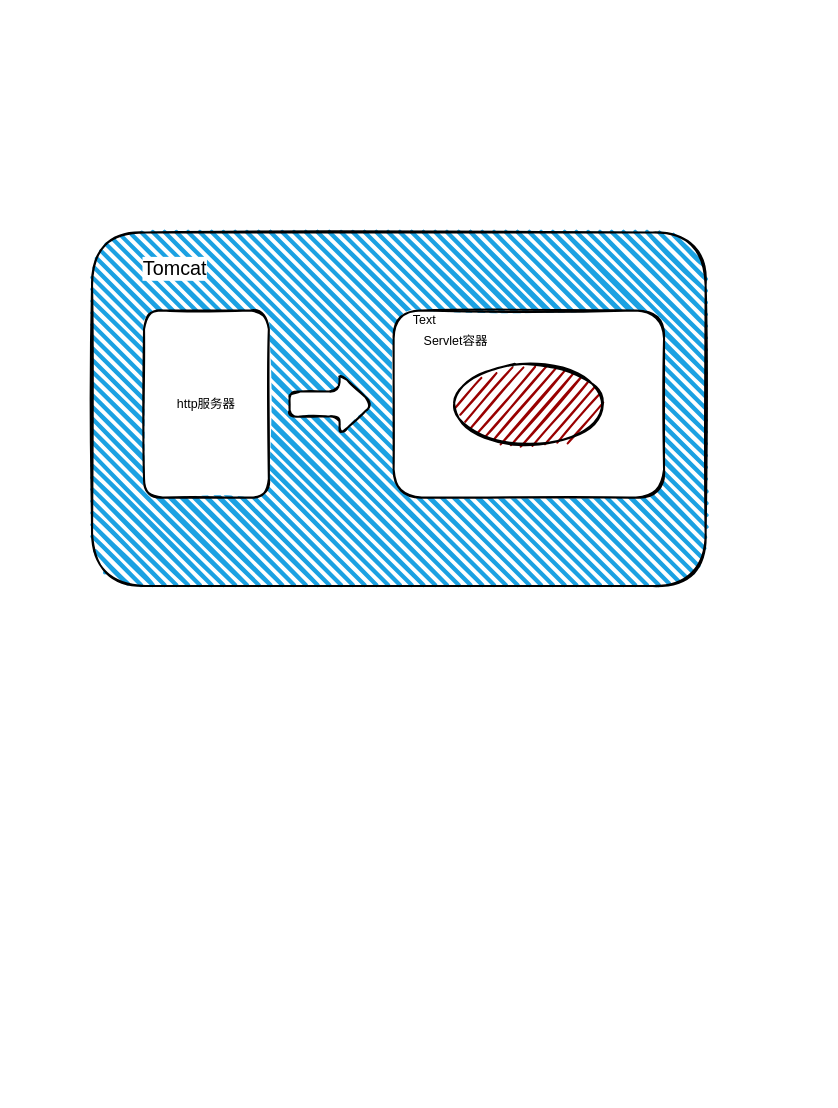
Earlier version of the draw.io diagram tomcat体系结构.drawio (lzq127001/hello-world). Source tidied: cells renumbered, new cells numbered last; positions are measured from the earlier drawing's top-left corner, leaving out a move shared by most shapes. Both pictures are drawn from the tidied source at 104%, with x=0, y=0 at pixel (92, 232).
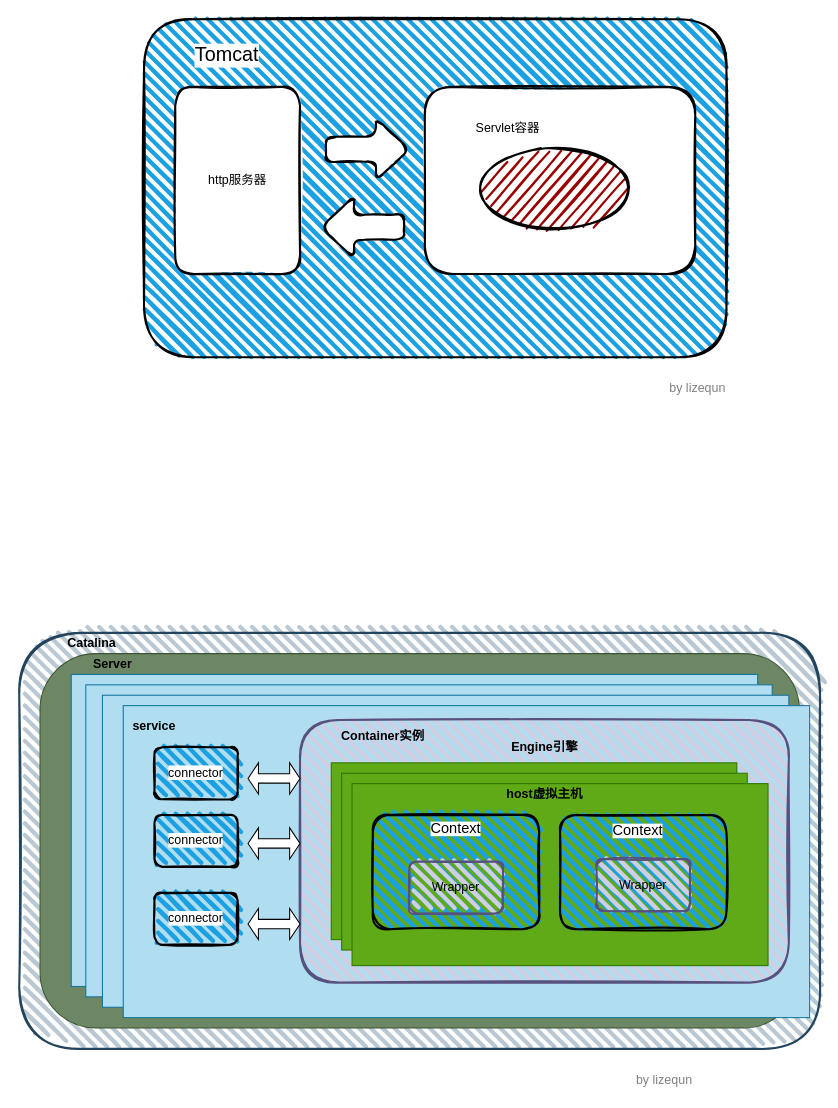
The same diagram, later.

Change to the diagram source:
```diff
@@
     <mxCell id="2" style="rounded=1;whiteSpace=wrap;html=1;strokeWidth=2;fillWeight=4;hachureGap=8;hachureAngle=45;fillColor=#1ba1e2;sketch=1;" parent="1" vertex="1">
-      <mxGeometry width="590" height="340" as="geometry" />
+      <mxGeometry x="50" y="-205" width="560" height="325" as="geometry" />
     </mxCell>
     <mxCell id="3" value="http服务器" style="rounded=1;whiteSpace=wrap;html=1;strokeWidth=2;fillWeight=4;hachureGap=8;hachureAngle=45;sketch=1;" parent="1" vertex="1">
-      <mxGeometry x="50" y="75" width="120" height="180" as="geometry" />
+      <mxGeometry x="80" y="-140" width="120" height="180" as="geometry" />
     </mxCell>
     <mxCell id="4" style="rounded=1;whiteSpace=wrap;html=1;strokeWidth=2;fillWeight=4;hachureGap=8;hachureAngle=45;sketch=1;align=left;" parent="1" vertex="1">
-      <mxGeometry x="290" y="75" width="260" height="180" as="geometry" />
+      <mxGeometry x="320" y="-140" width="260" height="180" as="geometry" />
     </mxCell>
     <mxCell id="5" style="ellipse;whiteSpace=wrap;html=1;strokeWidth=2;fillWeight=2;hachureGap=8;fillColor=#990000;fillStyle=dots;sketch=1;" parent="1" vertex="1">
-      <mxGeometry x="345" y="125" width="150" height="80" as="geometry" />
+      <mxGeometry x="370" y="-82.5" width="150" height="80" as="geometry" />
     </mxCell>
     <mxCell id="6" value="Servlet容器" style="text;html=1;strokeColor=none;fillColor=none;align=center;verticalAlign=middle;whiteSpace=wrap;rounded=0;" parent="1" vertex="1">
-      <mxGeometry x="300" y="95" width="100" height="20" as="geometry" />
+      <mxGeometry x="350" y="-110" width="100" height="20" as="geometry" />
     </mxCell>
     <mxCell id="7" style="shape=singleArrow;whiteSpace=wrap;html=1;arrowWidth=0.4;arrowSize=0.4;rounded=1;strokeWidth=2;sketch=1;fillWeight=4;hachureGap=8;hachureAngle=45;" parent="1" vertex="1">
-      <mxGeometry x="190" y="135" width="80" height="60" as="geometry" />
+      <mxGeometry x="225" y="-110" width="80" height="60" as="geometry" />
     </mxCell>
-    <mxCell id="8" value="Text" style="text;html=1;strokeColor=none;fillColor=none;align=center;verticalAlign=middle;whiteSpace=wrap;rounded=0;" parent="1" vertex="1">
-      <mxGeometry x="300" y="75" width="40" height="20" as="geometry" />
-    </mxCell>
     <mxCell id="9" value="&lt;font style=&quot;font-size: 19px&quot;&gt;Tomcat&lt;/font&gt;" style="text;html=1;strokeColor=none;fillColor=none;align=center;verticalAlign=middle;whiteSpace=wrap;rounded=0;labelBackgroundColor=#ffffff;labelBorderColor=none;" parent="1" vertex="1">
-      <mxGeometry x="60" y="25" width="40" height="20" as="geometry" />
+      <mxGeometry x="110" y="-180" width="40" height="20" as="geometry" />
     </mxCell>
+    <mxCell id="10" value="by lizequn" style="text;html=1;strokeColor=none;fillColor=none;align=center;verticalAlign=middle;whiteSpace=wrap;rounded=0;labelBackgroundColor=#ffffff;fontColor=#808080;" parent="1" vertex="1">
+      <mxGeometry x="545" y="140" width="75" height="20" as="geometry" />
+    </mxCell>
+    <mxCell id="11" style="rounded=1;whiteSpace=wrap;html=1;strokeWidth=2;fillWeight=4;hachureGap=8;hachureAngle=45;sketch=1;labelBackgroundColor=#ffffff;align=left;fillColor=#bac8d3;strokeColor=#23445d;" parent="1" vertex="1">
+      <mxGeometry x="-70" y="385" width="770" height="400" as="geometry" />
+    </mxCell>
+    <mxCell id="12" value="Catalina" style="text;html=1;strokeColor=none;fillColor=none;align=center;verticalAlign=middle;whiteSpace=wrap;rounded=0;labelBackgroundColor=none;labelBorderColor=none;fontStyle=1;" parent="1" vertex="1">
+      <mxGeometry x="-20" y="385" width="40" height="20" as="geometry" />
+    </mxCell>
+    <mxCell id="13" style="rounded=1;whiteSpace=wrap;html=1;labelBackgroundColor=none;fontColor=#ffffff;align=left;fillColor=#6d8764;strokeColor=#3A5431;" parent="1" vertex="1">
+      <mxGeometry x="-50" y="405" width="730" height="360" as="geometry" />
+    </mxCell>
+    <mxCell id="14" value="Server" style="text;html=1;strokeColor=none;fillColor=none;align=center;verticalAlign=middle;whiteSpace=wrap;rounded=0;labelBackgroundColor=none;fontColor=#000000;fontStyle=1;" parent="1" vertex="1">
+      <mxGeometry y="405" width="40" height="20" as="geometry" />
+    </mxCell>
+    <mxCell id="15" style="rounded=0;whiteSpace=wrap;html=1;labelBackgroundColor=none;align=left;fillColor=#b1ddf0;strokeColor=#10739e;" parent="1" vertex="1">
+      <mxGeometry x="-20" y="425" width="660" height="300" as="geometry" />
+    </mxCell>
+    <mxCell id="16" style="rounded=0;whiteSpace=wrap;html=1;labelBackgroundColor=none;align=left;fillColor=#b1ddf0;strokeColor=#10739e;" parent="1" vertex="1">
+      <mxGeometry x="-6" y="435" width="660" height="300" as="geometry" />
+    </mxCell>
+    <mxCell id="17" style="rounded=0;whiteSpace=wrap;html=1;labelBackgroundColor=none;align=left;fillColor=#b1ddf0;strokeColor=#10739e;" parent="1" vertex="1">
+      <mxGeometry x="10" y="445" width="660" height="300" as="geometry" />
+    </mxCell>
+    <mxCell id="18" style="rounded=0;whiteSpace=wrap;html=1;labelBackgroundColor=none;align=left;fillColor=#b1ddf0;strokeColor=#10739e;" parent="1" vertex="1">
+      <mxGeometry x="30" y="455" width="660" height="300" as="geometry" />
+    </mxCell>
+    <mxCell id="19" value="&lt;b&gt;service&lt;/b&gt;" style="text;html=1;strokeColor=none;fillColor=none;align=center;verticalAlign=middle;whiteSpace=wrap;rounded=0;labelBackgroundColor=none;fontColor=#000000;" parent="1" vertex="1">
+      <mxGeometry x="40" y="465" width="40" height="20" as="geometry" />
+    </mxCell>
+    <mxCell id="20" value="&lt;span style=&quot;background-color: rgb(255 , 255 , 255)&quot;&gt;connector&lt;/span&gt;" style="rounded=1;whiteSpace=wrap;html=1;strokeWidth=2;fillWeight=4;hachureGap=8;hachureAngle=45;fillColor=#1ba1e2;sketch=1;labelBackgroundColor=none;fontColor=#000000;align=center;" parent="1" vertex="1">
+      <mxGeometry x="60" y="495" width="80" height="50" as="geometry" />
+    </mxCell>
+    <mxCell id="21" value="&lt;span style=&quot;background-color: rgb(255 , 255 , 255)&quot;&gt;connector&lt;/span&gt;" style="rounded=1;whiteSpace=wrap;html=1;strokeWidth=2;fillWeight=4;hachureGap=8;hachureAngle=45;fillColor=#1ba1e2;sketch=1;labelBackgroundColor=none;fontColor=#000000;align=center;" parent="1" vertex="1">
+      <mxGeometry x="60" y="560" width="80" height="50" as="geometry" />
+    </mxCell>
+    <mxCell id="22" value="&lt;span style=&quot;background-color: rgb(255 , 255 , 255)&quot;&gt;connector&lt;/span&gt;" style="rounded=1;whiteSpace=wrap;html=1;strokeWidth=2;fillWeight=4;hachureGap=8;hachureAngle=45;fillColor=#1ba1e2;sketch=1;labelBackgroundColor=none;fontColor=#000000;align=center;" parent="1" vertex="1">
+      <mxGeometry x="60" y="635" width="80" height="50" as="geometry" />
+    </mxCell>
+    <mxCell id="23" style="rounded=1;whiteSpace=wrap;html=1;strokeWidth=2;fillWeight=4;hachureGap=8;hachureAngle=45;fillColor=#d0cee2;sketch=1;labelBackgroundColor=none;align=left;strokeColor=#56517e;" parent="1" vertex="1">
+      <mxGeometry x="200" y="468.8" width="470" height="252.5" as="geometry" />
+    </mxCell>
+    <mxCell id="24" value="&lt;b&gt;Container实例&lt;/b&gt;" style="text;html=1;strokeColor=none;fillColor=none;align=center;verticalAlign=middle;whiteSpace=wrap;rounded=0;labelBackgroundColor=none;fontColor=#000000;" parent="1" vertex="1">
+      <mxGeometry x="230" y="475" width="100" height="20" as="geometry" />
+    </mxCell>
+    <mxCell id="25" value="&lt;b&gt;Engine引擎&lt;/b&gt;" style="text;html=1;strokeColor=none;fillColor=none;align=center;verticalAlign=middle;whiteSpace=wrap;rounded=0;labelBackgroundColor=none;fontColor=#000000;" parent="1" vertex="1">
+      <mxGeometry x="382.5" y="485" width="105" height="20" as="geometry" />
+    </mxCell>
+    <mxCell id="26" style="rounded=0;whiteSpace=wrap;html=1;labelBackgroundColor=none;fontColor=#ffffff;align=left;fillColor=#60a917;strokeColor=#2D7600;" parent="1" vertex="1">
+      <mxGeometry x="230" y="510" width="390" height="170" as="geometry" />
+    </mxCell>
+    <mxCell id="27" style="rounded=0;whiteSpace=wrap;html=1;labelBackgroundColor=none;fontColor=#ffffff;align=left;fillColor=#60a917;strokeColor=#2D7600;" parent="1" vertex="1">
+      <mxGeometry x="240" y="520" width="390" height="170" as="geometry" />
+    </mxCell>
+    <mxCell id="28" style="rounded=0;whiteSpace=wrap;html=1;labelBackgroundColor=none;fontColor=#ffffff;align=left;fillColor=#60a917;strokeColor=#2D7600;" parent="1" vertex="1">
+      <mxGeometry x="250" y="530" width="400" height="175" as="geometry" />
+    </mxCell>
+    <mxCell id="29" value="&lt;b&gt;host虚拟主机&lt;/b&gt;" style="text;html=1;strokeColor=none;fillColor=none;align=center;verticalAlign=middle;whiteSpace=wrap;rounded=0;labelBackgroundColor=none;fontColor=#000000;" parent="1" vertex="1">
+      <mxGeometry x="357.5" y="530" width="155" height="20" as="geometry" />
+    </mxCell>
+    <mxCell id="30" style="rounded=1;whiteSpace=wrap;html=1;strokeWidth=2;fillWeight=4;hachureGap=8;hachureAngle=45;fillColor=#1ba1e2;sketch=1;labelBackgroundColor=none;fontColor=#000000;align=left;" parent="1" vertex="1">
+      <mxGeometry x="270" y="560" width="160" height="110" as="geometry" />
+    </mxCell>
+    <mxCell id="31" value="&lt;span style=&quot;background-color: rgb(255 , 255 , 255)&quot;&gt;&lt;font style=&quot;font-size: 14px&quot;&gt;Context&lt;/font&gt;&lt;/span&gt;" style="text;html=1;strokeColor=none;fillColor=none;align=center;verticalAlign=middle;whiteSpace=wrap;rounded=0;labelBackgroundColor=none;fontColor=#000000;" parent="1" vertex="1">
+      <mxGeometry x="330" y="562.5" width="40" height="20" as="geometry" />
+    </mxCell>
+    <mxCell id="32" value="Wrapper" style="rounded=1;whiteSpace=wrap;html=1;strokeWidth=2;fillWeight=4;hachureGap=8;hachureAngle=45;fillColor=#d0cee2;sketch=1;labelBackgroundColor=none;align=center;strokeColor=#56517e;" parent="1" vertex="1">
+      <mxGeometry x="305" y="605" width="90" height="50" as="geometry" />
+    </mxCell>
+    <mxCell id="33" style="rounded=1;whiteSpace=wrap;html=1;strokeWidth=2;fillWeight=4;hachureGap=8;hachureAngle=45;fillColor=#1ba1e2;sketch=1;labelBackgroundColor=none;fontColor=#000000;align=left;" parent="1" vertex="1">
+      <mxGeometry x="450" y="560" width="160" height="110" as="geometry" />
+    </mxCell>
+    <mxCell id="34" value="Wrapper" style="rounded=1;whiteSpace=wrap;html=1;strokeWidth=2;fillWeight=4;hachureGap=8;hachureAngle=45;fillColor=#d0cee2;sketch=1;labelBackgroundColor=none;align=center;strokeColor=#56517e;" parent="1" vertex="1">
+      <mxGeometry x="485" y="602.5" width="90" height="50" as="geometry" />
+    </mxCell>
+    <mxCell id="35" value="&lt;span style=&quot;background-color: rgb(255 , 255 , 255)&quot;&gt;&lt;font style=&quot;font-size: 14px&quot;&gt;Context&lt;/font&gt;&lt;/span&gt;" style="text;html=1;strokeColor=none;fillColor=none;align=center;verticalAlign=middle;whiteSpace=wrap;rounded=0;labelBackgroundColor=none;fontColor=#000000;" parent="1" vertex="1">
+      <mxGeometry x="505" y="565" width="40" height="20" as="geometry" />
+    </mxCell>
+    <mxCell id="36" value="by lizequn" style="text;html=1;strokeColor=none;fillColor=none;align=center;verticalAlign=middle;whiteSpace=wrap;rounded=0;labelBackgroundColor=#ffffff;fontColor=#808080;" parent="1" vertex="1">
+      <mxGeometry x="512.5" y="805" width="75" height="20" as="geometry" />
+    </mxCell>
+    <mxCell id="37" style="shape=singleArrow;whiteSpace=wrap;html=1;arrowWidth=0.4;arrowSize=0.4;flipH=1;rounded=1;strokeWidth=2;sketch=1;fillWeight=4;hachureGap=8;hachureAngle=45;" parent="1" vertex="1">
+      <mxGeometry x="220" y="-35" width="80" height="60" as="geometry" />
+    </mxCell>
+    <mxCell id="38" style="shape=doubleArrow;whiteSpace=wrap;html=1;labelBackgroundColor=none;fontColor=#000000;align=left;" parent="1" vertex="1">
+      <mxGeometry x="150" y="510" width="50" height="30" as="geometry" />
+    </mxCell>
+    <mxCell id="39" style="shape=doubleArrow;whiteSpace=wrap;html=1;labelBackgroundColor=none;fontColor=#000000;align=left;" parent="1" vertex="1">
+      <mxGeometry x="150" y="572.5" width="50" height="30" as="geometry" />
+    </mxCell>
+    <mxCell id="40" style="shape=doubleArrow;whiteSpace=wrap;html=1;labelBackgroundColor=none;fontColor=#000000;align=left;" parent="1" vertex="1">
+      <mxGeometry x="150" y="650" width="50" height="30" as="geometry" />
+    </mxCell>
```
